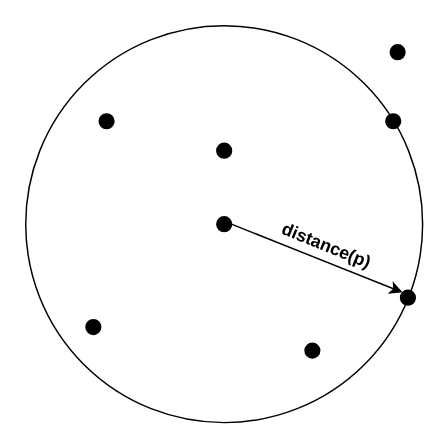
This is paper/paper new.drawio from qin8948050/diagram, a draw.io file, before an edit. Source tidied: cells renumbered, new cells numbered last; positions are measured from the earlier drawing's top-left corner, leaving out a move shared by most shapes. Both pictures are drawn from the tidied source at 147%, with x=0, y=0 at pixel (25, 25).
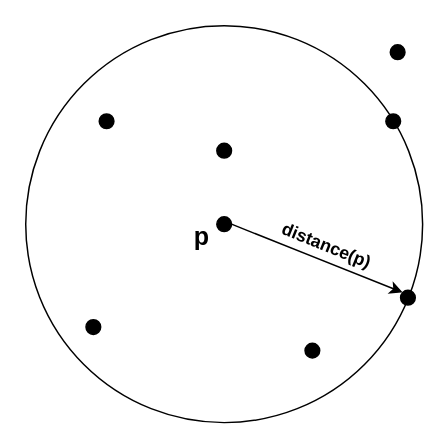
Above is the later version.

What changed in the source:
```diff
@@
 <mxGraphModel>
   <root>
     <mxCell id="0" />
     <mxCell id="1" parent="0" />
-    <mxCell id="2" style="ellipse;whiteSpace=wrap;html=1;" parent="1" vertex="1">
+    <mxCell id="2" style="ellipse;whiteSpace=wrap;html=1;fillColor=none;" parent="1" vertex="1">
       <mxGeometry width="270" height="270" as="geometry" />
     </mxCell>
     <mxCell id="3" style="ellipse;whiteSpace=wrap;html=1;fillColor=#000000;" parent="1" vertex="1">
       <mxGeometry x="50" y="60" width="10" height="10" as="geometry" />
     </mxCell>
     <mxCell id="4" style="ellipse;whiteSpace=wrap;html=1;fillColor=#000000;" parent="1" vertex="1">
       <mxGeometry x="130" y="80" width="10" height="10" as="geometry" />
     </mxCell>
     <mxCell id="5" style="rounded=0;jettySize=auto;html=1;exitX=1;exitY=0.5;exitDx=0;exitDy=0;entryX=0;entryY=0;entryDx=0;entryDy=0;" parent="1" edge="1" source="6" target="9">
       <mxGeometry relative="1" as="geometry" />
     </mxCell>
     <mxCell id="6" style="ellipse;whiteSpace=wrap;html=1;fillColor=#000000;" parent="1" vertex="1">
       <mxGeometry x="130" y="130" width="10" height="10" as="geometry" />
     </mxCell>
     <mxCell id="7" style="ellipse;whiteSpace=wrap;html=1;fillColor=#000000;" parent="1" vertex="1">
       <mxGeometry x="41" y="200" width="10" height="10" as="geometry" />
     </mxCell>
     <mxCell id="8" style="ellipse;whiteSpace=wrap;html=1;fillColor=#000000;" parent="1" vertex="1">
       <mxGeometry x="190" y="216" width="10" height="10" as="geometry" />
     </mxCell>
     <mxCell id="9" style="ellipse;whiteSpace=wrap;html=1;fillColor=#000000;" parent="1" vertex="1">
       <mxGeometry x="255" y="180" width="10" height="10" as="geometry" />
     </mxCell>
     <mxCell id="10" style="ellipse;whiteSpace=wrap;html=1;fillColor=#000000;" parent="1" vertex="1">
       <mxGeometry x="245" y="60" width="10" height="10" as="geometry" />
     </mxCell>
     <mxCell id="11" style="ellipse;whiteSpace=wrap;html=1;fillColor=#000000;" parent="1" vertex="1">
       <mxGeometry x="248" y="13" width="10" height="10" as="geometry" />
     </mxCell>
     <mxCell id="12" value="&lt;b&gt;distance(p)&lt;/b&gt;" style="text;html=1;strokeColor=none;fillColor=none;align=center;verticalAlign=middle;whiteSpace=wrap;rounded=0;rotation=22;" parent="1" vertex="1">
       <mxGeometry x="170" y="130" width="70" height="40" as="geometry" />
     </mxCell>
+    <mxCell id="13" value="&lt;b&gt;&lt;font style=&quot;font-size: 17px;&quot;&gt;p&lt;/font&gt;&lt;/b&gt;" style="text;html=1;strokeColor=none;fillColor=none;align=center;verticalAlign=middle;whiteSpace=wrap;rounded=0;" parent="1" vertex="1">
+      <mxGeometry x="90" y="130" width="60" height="30" as="geometry" />
+    </mxCell>
   </root>
 </mxGraphModel>
```
